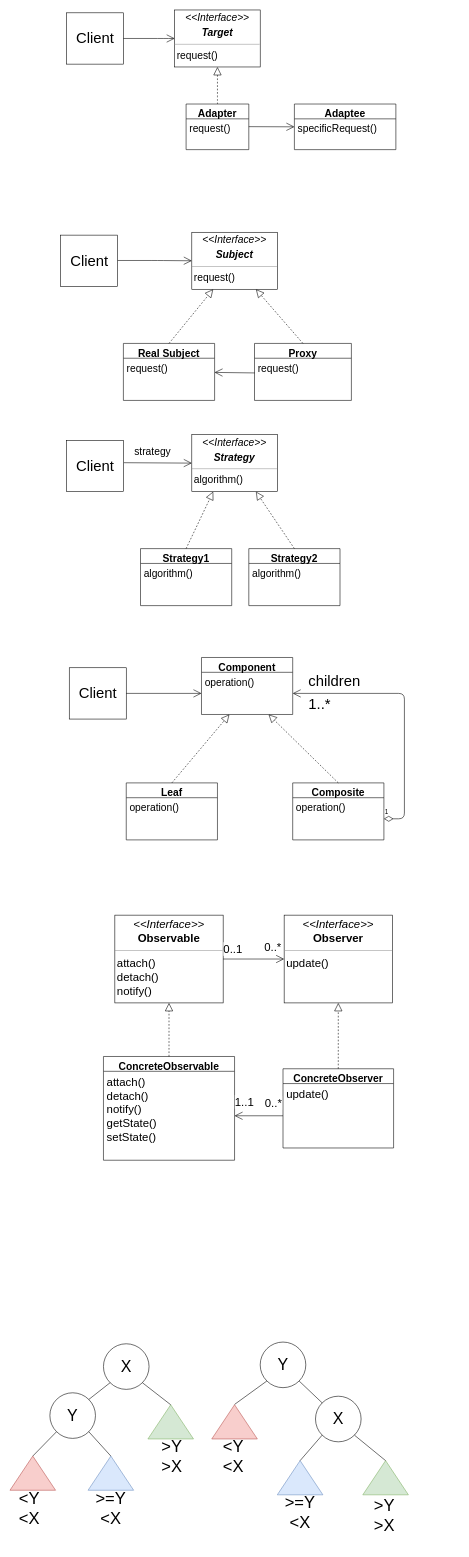
The draw.io diagram Untitled Diagram.drawio in PashaJ23/sandbox-area, before the edit. Source tidied: cells renumbered, new cells numbered last; positions are measured from the earlier drawing's top-left corner, leaving out a move shared by most shapes. Both pictures are drawn from the tidied source at 57%, with x=0, y=0 at pixel (15, 10).
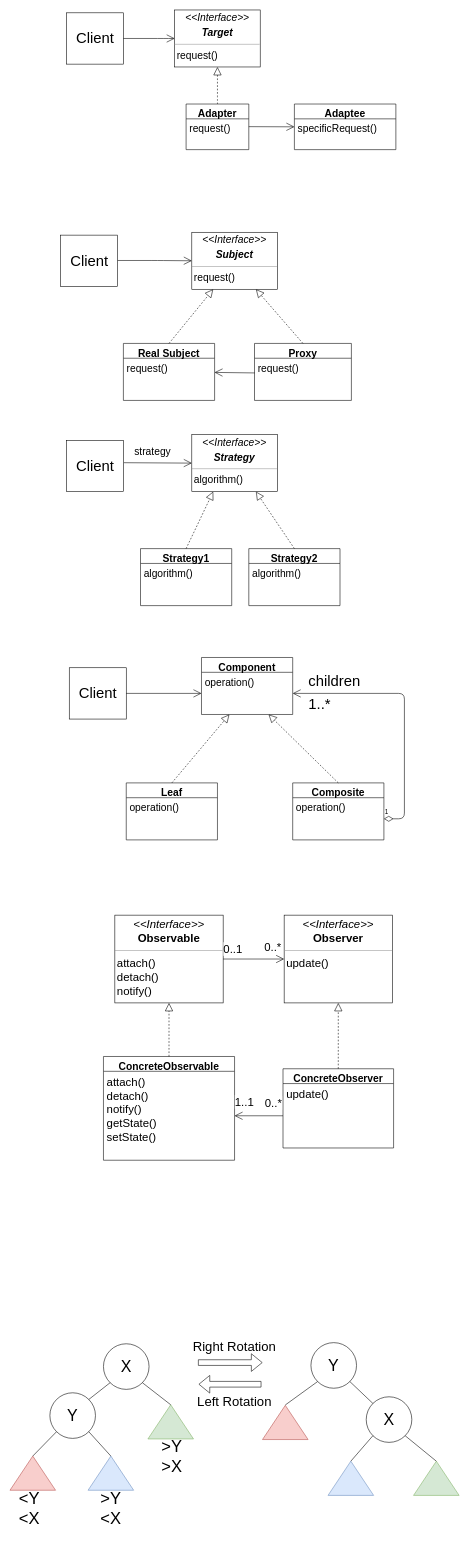
The same page after the edit.

Diff of the diagram source:
```diff
@@
     <mxCell id="67" value="&lt;font style=&quot;font-size: 28px&quot;&gt;X&lt;/font&gt;" style="ellipse;whiteSpace=wrap;html=1;" parent="1" vertex="1">
-      <mxGeometry x="526" y="2432" width="80" height="80" as="geometry" />
+      <mxGeometry x="615" y="2433" width="80" height="80" as="geometry" />
     </mxCell>
     <mxCell id="68" value="&lt;font style=&quot;font-size: 28px&quot;&gt;Y&lt;/font&gt;" style="ellipse;whiteSpace=wrap;html=1;" parent="1" vertex="1">
-      <mxGeometry x="429" y="2337" width="80" height="80" as="geometry" />
+      <mxGeometry x="518" y="2338" width="80" height="80" as="geometry" />
     </mxCell>
     <mxCell id="69" style="triangle;whiteSpace=wrap;html=1;rotation=-90;fillColor=#d5e8d4;strokeColor=#82b366;" parent="1" vertex="1">
-      <mxGeometry x="619" y="2535" width="60" height="80" as="geometry" />
+      <mxGeometry x="708" y="2536" width="60" height="80" as="geometry" />
     </mxCell>
     <mxCell id="70" style="triangle;whiteSpace=wrap;html=1;rotation=-90;fillColor=#dae8fc;strokeColor=#6c8ebf;" parent="1" vertex="1">
-      <mxGeometry x="469" y="2535" width="60" height="80" as="geometry" />
+      <mxGeometry x="558" y="2536" width="60" height="80" as="geometry" />
     </mxCell>
     <mxCell id="71" style="triangle;whiteSpace=wrap;html=1;rotation=-90;fillColor=#f8cecc;strokeColor=#b85450;" parent="1" vertex="1">
-      <mxGeometry x="354" y="2437" width="60" height="80" as="geometry" />
+      <mxGeometry x="443" y="2438" width="60" height="80" as="geometry" />
     </mxCell>
     <mxCell id="72" style="endArrow=none;html=1;exitX=1;exitY=0;exitDx=0;exitDy=0;entryX=0;entryY=1;entryDx=0;entryDy=0;" parent="1" edge="1" target="68">
       <mxGeometry relative="1" as="geometry">
-        <mxPoint x="384" y="2446.4" as="sourcePoint" />
+        <mxPoint x="473" y="2447.4" as="sourcePoint" />
       </mxGeometry>
     </mxCell>
@@
-    <mxCell id="77" value="&lt;font style=&quot;font-size: 29px&quot;&gt;&amp;gt;=Y&lt;br&gt;&amp;lt;X&lt;/font&gt;" style="text;html=1;strokeColor=none;fillColor=none;align=center;verticalAlign=middle;whiteSpace=wrap;rounded=0;" parent="1" vertex="1">
+    <mxCell id="77" value="&lt;font style=&quot;font-size: 29px&quot;&gt;&amp;gt;Y&lt;br&gt;&amp;lt;X&lt;/font&gt;" style="text;html=1;strokeColor=none;fillColor=none;align=center;verticalAlign=middle;whiteSpace=wrap;rounded=0;" parent="1" vertex="1">
       <mxGeometry x="147" y="2571" width="40" height="113" as="geometry" />
     </mxCell>
@@
-    <mxCell id="79" value="&lt;font style=&quot;font-size: 29px&quot;&gt;&amp;gt;Y&lt;br&gt;&amp;gt;X&lt;/font&gt;" style="text;html=1;strokeColor=none;fillColor=none;align=center;verticalAlign=middle;whiteSpace=wrap;rounded=0;" parent="1" vertex="1">
-      <mxGeometry x="627" y="2584" width="40" height="113" as="geometry" />
-    </mxCell>
-    <mxCell id="80" value="&lt;font style=&quot;font-size: 29px&quot;&gt;&amp;gt;=Y&lt;br&gt;&amp;lt;X&lt;/font&gt;" style="text;html=1;strokeColor=none;fillColor=none;align=center;verticalAlign=middle;whiteSpace=wrap;rounded=0;" parent="1" vertex="1">
-      <mxGeometry x="479" y="2579" width="40" height="113" as="geometry" />
-    </mxCell>
-    <mxCell id="81" value="&lt;font style=&quot;font-size: 29px&quot;&gt;&amp;lt;Y&lt;br&gt;&amp;lt;X&lt;/font&gt;" style="text;html=1;strokeColor=none;fillColor=none;align=center;verticalAlign=middle;whiteSpace=wrap;rounded=0;" parent="1" vertex="1">
-      <mxGeometry x="362" y="2481" width="40" height="113" as="geometry" />
-    </mxCell>
+    <mxCell id="82" style="shape=flexArrow;endArrow=classic;html=1;" parent="1" edge="1">
+      <mxGeometry relative="1" as="geometry">
+        <mxPoint x="320" y="2373" as="sourcePoint" />
+        <mxPoint x="433" y="2373" as="targetPoint" />
+      </mxGeometry>
+    </mxCell>
+    <mxCell id="83" style="shape=flexArrow;endArrow=classic;html=1;" parent="1" edge="1">
+      <mxGeometry relative="1" as="geometry">
+        <mxPoint x="431" y="2411" as="sourcePoint" />
+        <mxPoint x="321" y="2411" as="targetPoint" />
+      </mxGeometry>
+    </mxCell>
+    <mxCell id="84" value="Right Rotation" style="text;html=1;strokeColor=none;fillColor=none;align=center;verticalAlign=middle;whiteSpace=wrap;rounded=0;fontSize=23;" parent="1" vertex="1">
+      <mxGeometry x="287" y="2336" width="194" height="20" as="geometry" />
+    </mxCell>
+    <mxCell id="85" value="Left Rotation" style="text;html=1;strokeColor=none;fillColor=none;align=center;verticalAlign=middle;whiteSpace=wrap;rounded=0;fontSize=23;" parent="1" vertex="1">
+      <mxGeometry x="287" y="2431" width="194" height="20" as="geometry" />
+    </mxCell>
```
